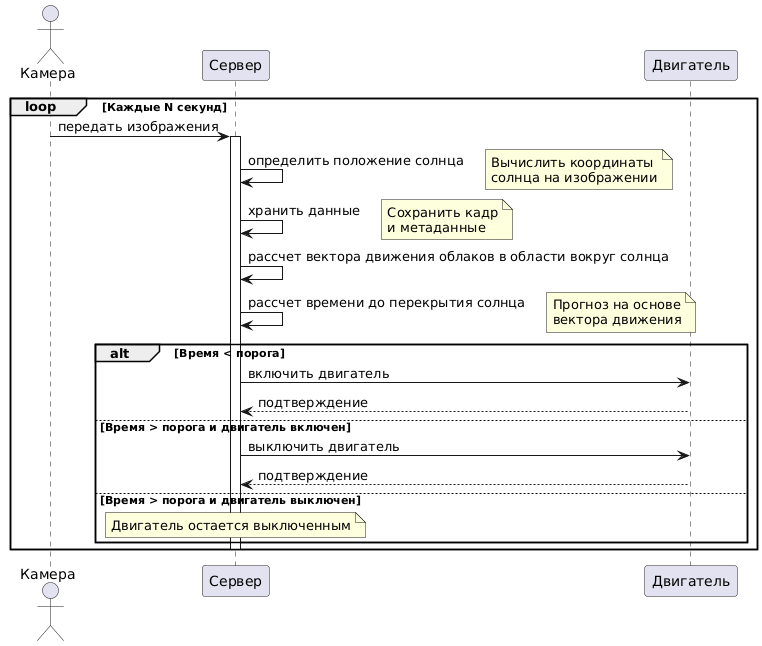
This is docs/sequence diagram.png from kaefarik/Server, a PlantUML export, as it was before one commit. Source of this version:
```plantuml
@startuml
actor "Камера" as Cam
participant "Сервер" as Server
participant "Двигатель" as Engine

loop Каждые N секунд
    Cam -> Server: передать изображения
    activate Server

    Server -> Server: определить положение солнца
    note right: Вычислить координаты\nсолнца на изображении

    Server -> Server: хранить данные
    note right: Сохранить кадр\nи метаданные

    Server -> Server: рассчет вектора движения облаков в области вокруг солнца

    Server -> Server: рассчет времени до перекрытия солнца
    note right: Прогноз на основе\nвектора движения

    alt Время < порога
        Server -> Engine: включить двигатель
        Engine --> Server: подтверждение
    else Время > порога и двигатель включен
        Server -> Engine: выключить двигатель
        Engine --> Server: подтверждение
    else Время > порога и двигатель выключен
        note over Server: Двигатель остается выключенным
    end

    deactivate Server
end
@enduml
```
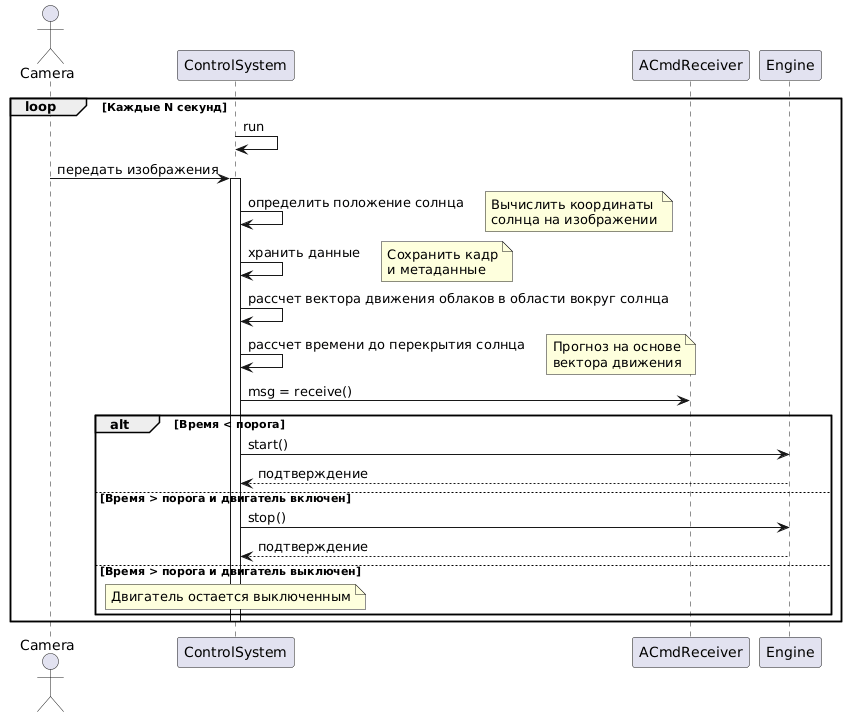
The same diagram one commit later.

What changed in the source:
```diff
@@ -1,9 +1,10 @@
 @startuml
-actor "Камера" as Cam
-participant "Сервер" as Server
-participant "Двигатель" as Engine
+actor "Camera" as Cam
+participant "ControlSystem" as Server
 
 loop Каждые N секунд
+    Server -> Server: run
+
     Cam -> Server: передать изображения
     activate Server
 
@@ -18,11 +19,12 @@
     Server -> Server: рассчет времени до перекрытия солнца
     note right: Прогноз на основе\nвектора движения
 
+    Server -> ACmdReceiver: msg = receive()
     alt Время < порога
-        Server -> Engine: включить двигатель
+        Server -> Engine: start()
         Engine --> Server: подтверждение
     else Время > порога и двигатель включен
-        Server -> Engine: выключить двигатель
+        Server -> Engine: stop()
         Engine --> Server: подтверждение
     else Время > порога и двигатель выключен
         note over Server: Двигатель остается выключенным
```
